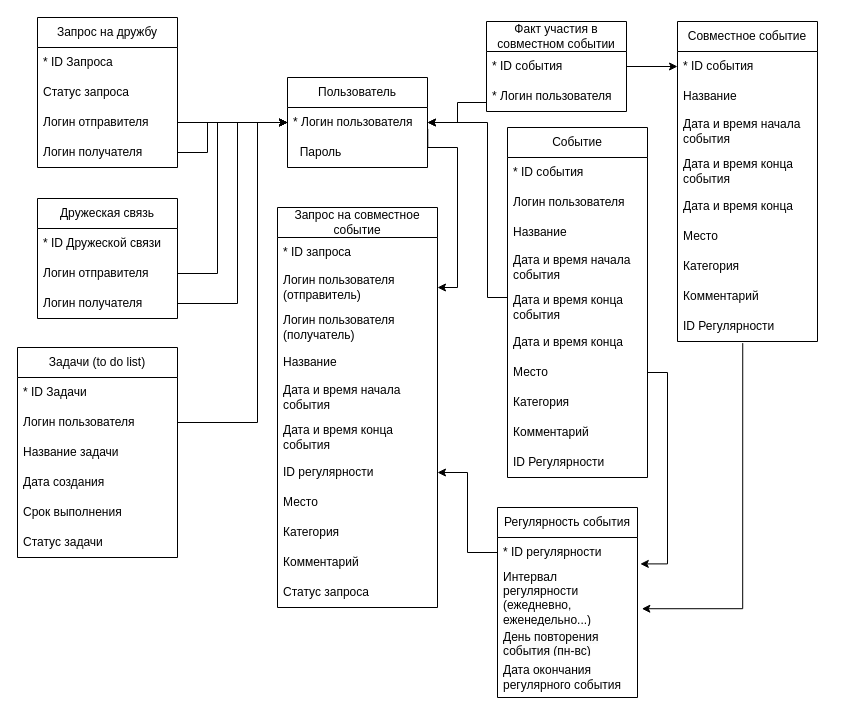
This is doc/relational.drawio from MariaChernokoz/timetable-course-project, a draw.io file, before an edit. Source tidied: cells renumbered, new cells numbered last; positions are measured from the earlier drawing's top-left corner, leaving out a move shared by most shapes. Both pictures are drawn from the tidied source at 100%, with x=0, y=0 at pixel (17, 17).
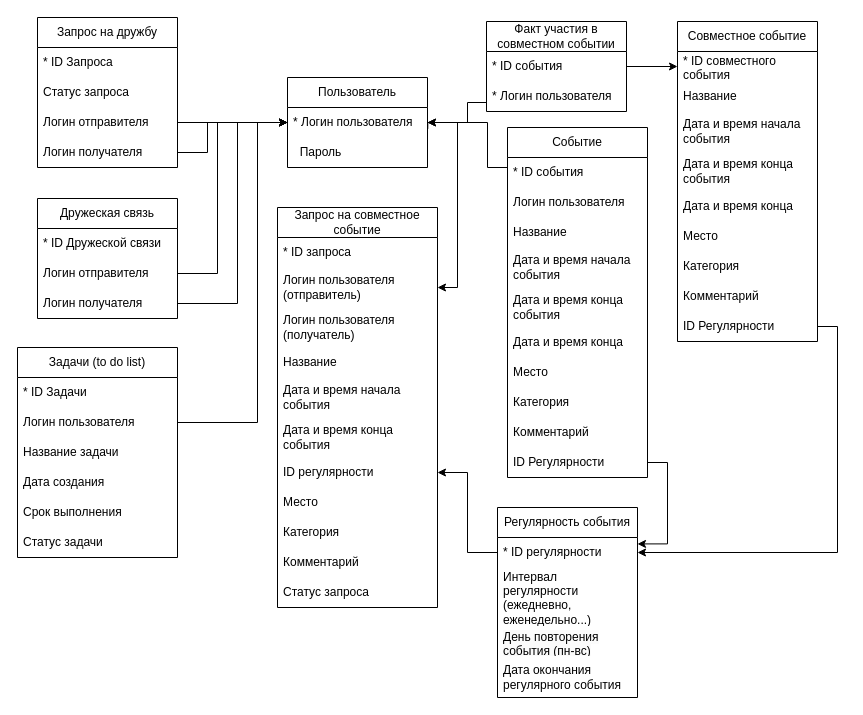
Above is the later version.

Unchanged cells that the change refers to:
```xml
<mxCell id="3" value="* Логин пользователя" style="text;strokeColor=none;fillColor=none;align=left;verticalAlign=middle;spacingLeft=4;spacingRight=4;overflow=hidden;points=[[0,0.5],[1,0.5]];portConstraint=eastwest;whiteSpace=wrap;html=1;" parent="2" vertex="1">
  <mxGeometry y="30" width="140" height="30" as="geometry" />
</mxCell>
<mxCell id="9" value="Совместное событие" style="swimlane;fontStyle=0;horizontal=1;startSize=30;whiteSpace=wrap;html=1;" parent="1" vertex="1">
  <mxGeometry x="660" y="4" width="140" height="320" as="geometry" />
</mxCell>
<mxCell id="18" value="ID Регулярности" style="text;strokeColor=none;fillColor=none;align=left;verticalAlign=middle;spacingLeft=4;spacingRight=4;overflow=hidden;points=[[0,0.5],[1,0.5]];portConstraint=eastwest;whiteSpace=wrap;html=1;" parent="9" vertex="1">
  <mxGeometry y="290" width="140" height="30" as="geometry" />
</mxCell>
<mxCell id="27" value="Логин пользователя (отправитель)" style="text;strokeColor=none;fillColor=none;align=left;verticalAlign=middle;spacingLeft=4;spacingRight=4;overflow=hidden;points=[[0,0.5],[1,0.5]];portConstraint=eastwest;whiteSpace=wrap;html=1;" parent="25" vertex="1">
  <mxGeometry y="60" width="160" height="40" as="geometry" />
</mxCell>
<mxCell id="38" value="* ID регулярности" style="text;strokeColor=none;fillColor=none;align=left;verticalAlign=middle;spacingLeft=4;spacingRight=4;overflow=hidden;points=[[0,0.5],[1,0.5]];portConstraint=eastwest;whiteSpace=wrap;html=1;" parent="37" vertex="1">
  <mxGeometry y="30" width="140" height="30" as="geometry" />
</mxCell>
<mxCell id="39" value="Интервал регулярности (ежедневно, еженедельно...)" style="text;strokeColor=none;fillColor=none;align=left;verticalAlign=middle;spacingLeft=4;spacingRight=4;overflow=hidden;points=[[0,0.5],[1,0.5]];portConstraint=eastwest;whiteSpace=wrap;html=1;" parent="37" vertex="1">
  <mxGeometry y="60" width="140" height="60" as="geometry" />
</mxCell>
<mxCell id="44" value="* Логин пользователя" style="text;strokeColor=none;fillColor=none;align=left;verticalAlign=middle;spacingLeft=4;spacingRight=4;overflow=hidden;points=[[0,0.5],[1,0.5]];portConstraint=eastwest;whiteSpace=wrap;html=1;" parent="42" vertex="1">
  <mxGeometry y="60" width="140" height="30" as="geometry" />
</mxCell>
<mxCell id="62" value="* ID события" style="text;strokeColor=none;fillColor=none;align=left;verticalAlign=middle;spacingLeft=4;spacingRight=4;overflow=hidden;points=[[0,0.5],[1,0.5]];portConstraint=eastwest;whiteSpace=wrap;html=1;" parent="61" vertex="1">
  <mxGeometry y="30" width="140" height="30" as="geometry" />
</mxCell>
<mxCell id="66" value="Дата и время конца события" style="text;strokeColor=none;fillColor=none;align=left;verticalAlign=middle;spacingLeft=4;spacingRight=4;overflow=hidden;points=[[0,0.5],[1,0.5]];portConstraint=eastwest;whiteSpace=wrap;html=1;" parent="61" vertex="1">
  <mxGeometry y="160" width="140" height="40" as="geometry" />
</mxCell>
<mxCell id="68" value="Место" style="text;strokeColor=none;fillColor=none;align=left;verticalAlign=middle;spacingLeft=4;spacingRight=4;overflow=hidden;points=[[0,0.5],[1,0.5]];portConstraint=eastwest;whiteSpace=wrap;html=1;" parent="61" vertex="1">
  <mxGeometry y="230" width="140" height="30" as="geometry" />
</mxCell>
<mxCell id="71" value="ID Регулярности" style="text;strokeColor=none;fillColor=none;align=left;verticalAlign=middle;spacingLeft=4;spacingRight=4;overflow=hidden;points=[[0,0.5],[1,0.5]];portConstraint=eastwest;whiteSpace=wrap;html=1;" parent="61" vertex="1">
  <mxGeometry y="320" width="140" height="30" as="geometry" />
</mxCell>
```

Diff of the diagram source:
```diff
@@
-    <mxCell id="10" value="* ID события" style="text;strokeColor=none;fillColor=none;align=left;verticalAlign=middle;spacingLeft=4;spacingRight=4;overflow=hidden;points=[[0,0.5],[1,0.5]];portConstraint=eastwest;whiteSpace=wrap;html=1;" parent="9" vertex="1">
+    <mxCell id="10" value="* ID совместного события" style="text;strokeColor=none;fillColor=none;align=left;verticalAlign=middle;spacingLeft=4;spacingRight=4;overflow=hidden;points=[[0,0.5],[1,0.5]];portConstraint=eastwest;whiteSpace=wrap;html=1;" parent="9" vertex="1">
       <mxGeometry y="30" width="140" height="30" as="geometry" />
     </mxCell>
@@
     <mxCell id="45" style="edgeStyle=orthogonalEdgeStyle;rounded=0;jettySize=auto;html=1;entryX=1;entryY=0.5;entryDx=0;entryDy=0;exitX=0;exitY=0.5;exitDx=0;exitDy=0;" parent="1" edge="1" source="44" target="3">
       <mxGeometry relative="1" as="geometry">
         <Array as="points">
-          <mxPoint x="440" y="85" />
-          <mxPoint x="440" y="105" />
+          <mxPoint x="469" y="85" />
+          <mxPoint x="450" y="85" />
+          <mxPoint x="450" y="105" />
         </Array>
       </mxGeometry>
     </mxCell>
@@
-    <mxCell id="47" style="edgeStyle=orthogonalEdgeStyle;rounded=0;jettySize=auto;html=1;entryX=1.031;entryY=0.687;entryDx=0;entryDy=0;exitX=0.466;exitY=1.053;exitDx=0;exitDy=0;exitPerimeter=0;entryPerimeter=0;" parent="1" edge="1" source="18" target="39">
+    <mxCell id="47" style="edgeStyle=orthogonalEdgeStyle;rounded=0;jettySize=auto;html=1;entryX=1;entryY=0.5;entryDx=0;entryDy=0;exitX=1;exitY=0.5;exitDx=0;exitDy=0;" parent="1" edge="1" source="18" target="38">
       <mxGeometry relative="1" as="geometry">
         <Array as="points">
-          <mxPoint x="725" y="326" />
-          <mxPoint x="725" y="591" />
+          <mxPoint x="820" y="309" />
+          <mxPoint x="820" y="535" />
         </Array>
       </mxGeometry>
     </mxCell>
     <mxCell id="48" style="edgeStyle=orthogonalEdgeStyle;rounded=0;jettySize=auto;html=1;entryX=1;entryY=0.5;entryDx=0;entryDy=0;exitX=1.002;exitY=0.714;exitDx=0;exitDy=0;exitPerimeter=0;" parent="1" edge="1" source="3" target="27">
       <mxGeometry relative="1" as="geometry">
         <Array as="points">
-          <mxPoint x="410" y="130" />
-          <mxPoint x="440" y="130" />
+          <mxPoint x="410" y="105" />
+          <mxPoint x="440" y="105" />
           <mxPoint x="440" y="270" />
         </Array>
       </mxGeometry>
     </mxCell>
@@
-    <mxCell id="72" style="edgeStyle=orthogonalEdgeStyle;rounded=0;jettySize=auto;html=1;exitX=0;exitY=0.5;exitDx=0;exitDy=0;entryX=1;entryY=0.5;entryDx=0;entryDy=0;" parent="1" edge="1" source="66" target="3">
+    <mxCell id="72" style="edgeStyle=orthogonalEdgeStyle;rounded=0;jettySize=auto;html=1;exitX=0;exitY=0.5;exitDx=0;exitDy=0;entryX=1;entryY=0.5;entryDx=0;entryDy=0;" parent="1" edge="1" source="62" target="3">
       <mxGeometry relative="1" as="geometry">
         <Array as="points">
-          <mxPoint x="470" y="280" />
+          <mxPoint x="490" y="150" />
+          <mxPoint x="470" y="150" />
           <mxPoint x="470" y="105" />
         </Array>
       </mxGeometry>
     </mxCell>
-    <mxCell id="73" style="edgeStyle=orthogonalEdgeStyle;rounded=0;jettySize=auto;html=1;exitX=1;exitY=0.5;exitDx=0;exitDy=0;entryX=1.02;entryY=-0.06;entryDx=0;entryDy=0;entryPerimeter=0;" parent="1" edge="1" source="68" target="39">
-      <mxGeometry relative="1" as="geometry" />
+    <mxCell id="73" style="edgeStyle=orthogonalEdgeStyle;rounded=0;jettySize=auto;html=1;exitX=1;exitY=0.5;exitDx=0;exitDy=0;entryX=1;entryY=0.214;entryDx=0;entryDy=0;entryPerimeter=0;" parent="1" edge="1" source="71" target="38">
+      <mxGeometry relative="1" as="geometry">
+        <Array as="points">
+          <mxPoint x="650" y="445" />
+          <mxPoint x="650" y="526" />
+          <mxPoint x="620" y="526" />
+        </Array>
+      </mxGeometry>
     </mxCell>
```
